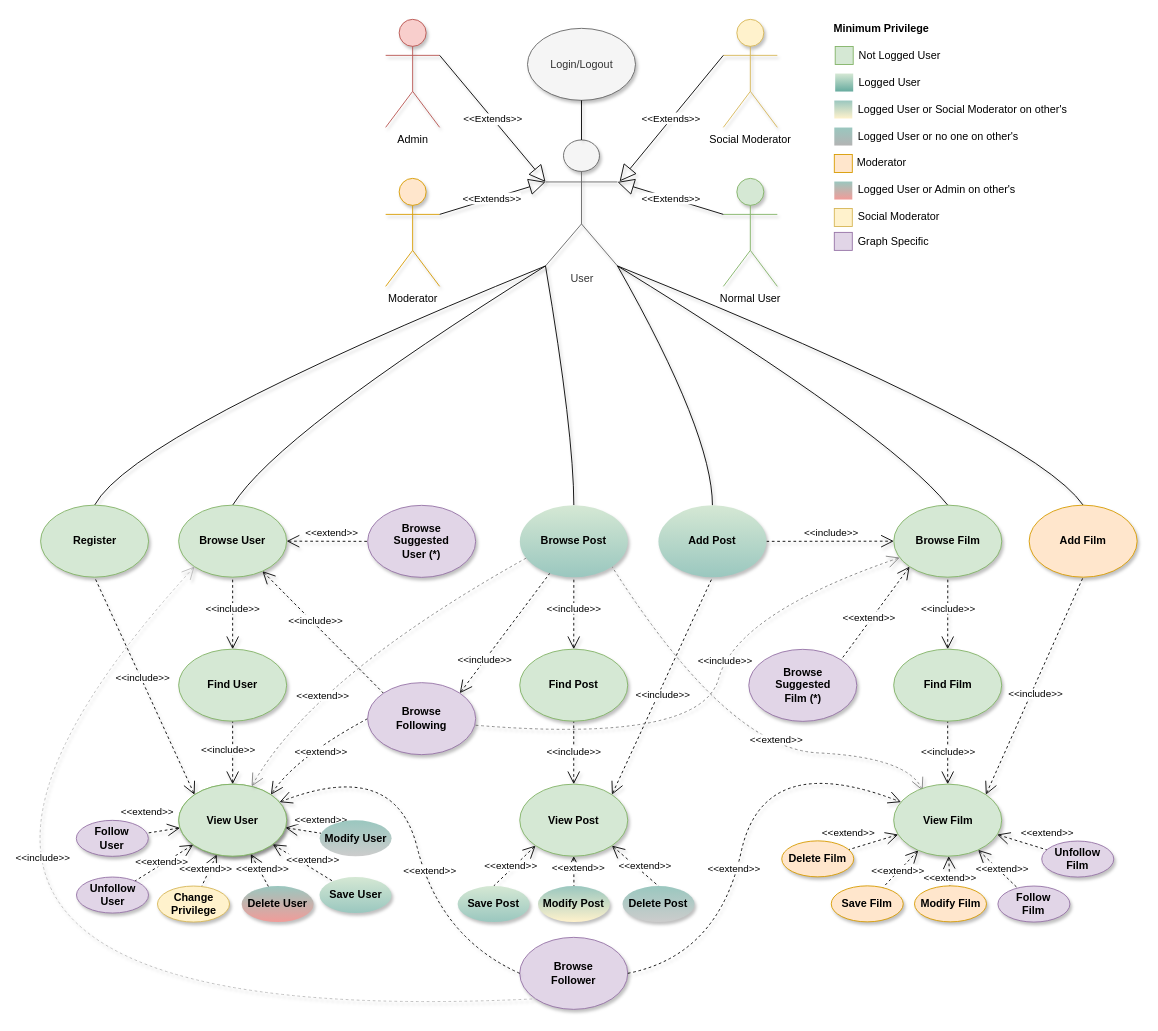
The draw.io diagram Task3/Documentation/Diagrams/Use Case.drawio in unipi-fr/LargeScaleMultiStructureDatabases, before the edit. Source tidied: cells renumbered, new cells numbered last; positions are measured from the earlier drawing's top-left corner, leaving out a move shared by most shapes. Both pictures are drawn from the tidied source at 90%, with x=0, y=0 at pixel (-236, 19).
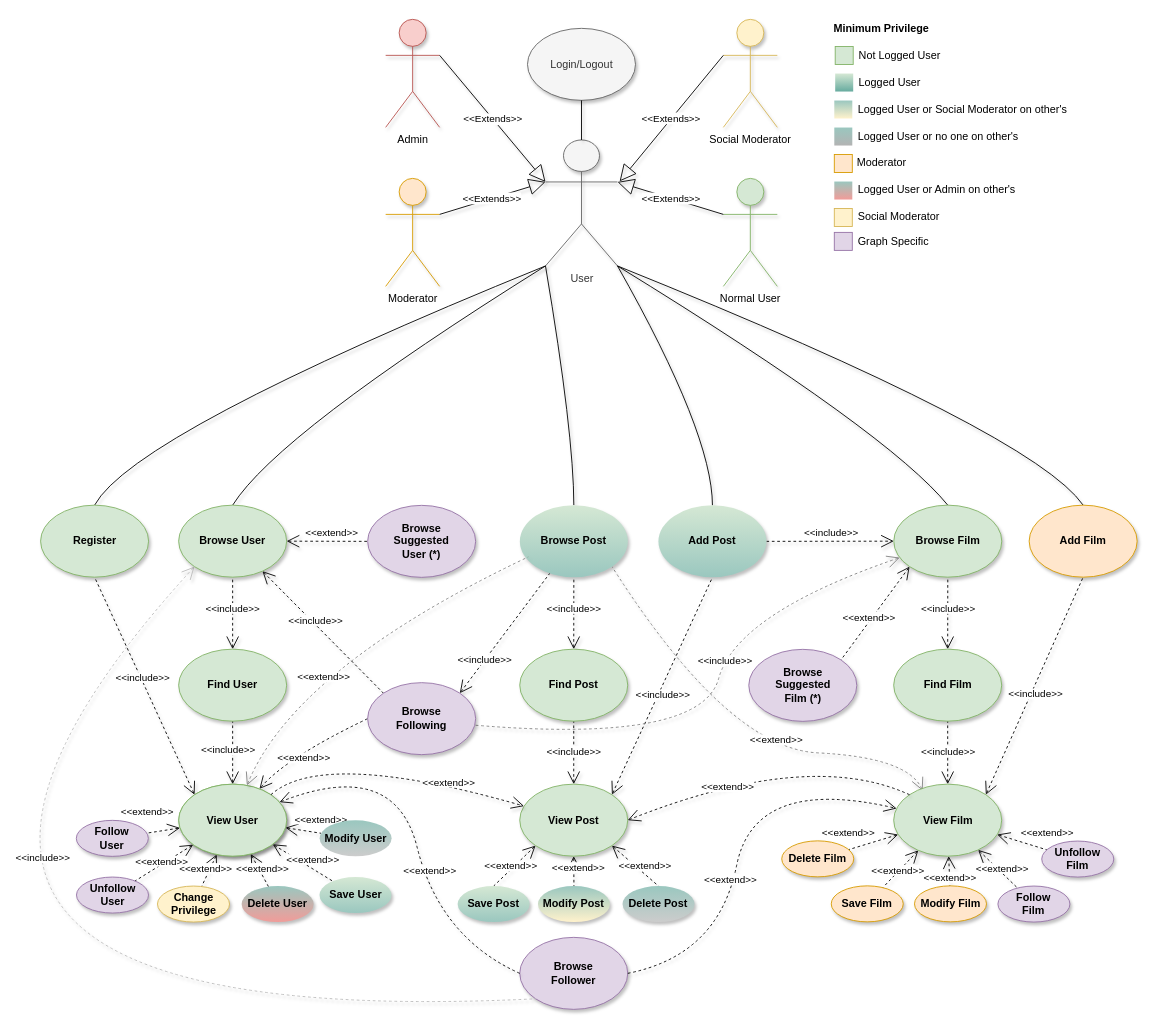
After the change.

Commit message (it also covers changes not shown here):
Descrizione suggeriti e use case aggiornato

Unchanged cells that the change refers to:
```xml
<mxCell id="63" value="Browse&lt;br&gt;Follower" style="ellipse;whiteSpace=wrap;html=1;fontStyle=1;fillColor=#e1d5e7;strokeColor=#9673a6;shadow=1;" parent="1" vertex="1">
  <mxGeometry x="839" y="1020" width="120" height="80" as="geometry" />
</mxCell>
<mxCell id="74" value="View Film" style="ellipse;whiteSpace=wrap;html=1;fontStyle=1;fillColor=#d5e8d4;strokeColor=#82b366;shadow=1;" parent="1" vertex="1">
  <mxGeometry x="1254.5" y="849.8" width="120" height="80" as="geometry" />
</mxCell>
<mxCell id="79" value="View User" style="ellipse;whiteSpace=wrap;html=1;fontStyle=1;fillColor=#d5e8d4;strokeColor=#82b366;shadow=1;" parent="1" vertex="1">
  <mxGeometry x="460.1" y="849.8" width="120" height="80" as="geometry" />
</mxCell>
<mxCell id="80" value="View Post" style="ellipse;whiteSpace=wrap;html=1;fontStyle=1;fillColor=#d5e8d4;strokeColor=#82b366;shadow=1;" parent="1" vertex="1">
  <mxGeometry x="839" y="849.8" width="120" height="80" as="geometry" />
</mxCell>
<mxCell id="82" value="Browse Post" style="ellipse;whiteSpace=wrap;html=1;fontStyle=1;fillColor=#d5e8d4;strokeColor=none;shadow=1;gradientColor=#9AC7BF;" parent="1" vertex="1">
  <mxGeometry x="839.1" y="539.8" width="120" height="80" as="geometry" />
</mxCell>
<mxCell id="86" value="Browse&lt;br&gt;Following" style="ellipse;whiteSpace=wrap;html=1;fontStyle=1;fillColor=#e1d5e7;strokeColor=#9673a6;shadow=1;" parent="1" vertex="1">
  <mxGeometry x="670" y="737" width="120" height="80" as="geometry" />
</mxCell>
```

Change to the diagram source:
```diff
@@
-    <mxCell id="64" value="&lt;span style=&quot;background-color: rgb(255 , 255 , 255)&quot;&gt;&amp;lt;&amp;lt;extend&amp;gt;&amp;gt;&lt;/span&gt;" style="edgeStyle=none;html=1;startArrow=none;endArrow=open;startSize=12;verticalAlign=bottom;dashed=1;labelBackgroundColor=none;entryX=1;entryY=0;entryDx=0;entryDy=0;shadow=1;exitX=0;exitY=0.5;exitDx=0;exitDy=0;curved=1;startFill=0;endFill=0;endSize=12;" parent="1" edge="1" source="86" target="79">
+    <mxCell id="64" value="&lt;span style=&quot;background-color: rgb(255 , 255 , 255)&quot;&gt;&amp;lt;&amp;lt;extend&amp;gt;&amp;gt;&lt;/span&gt;" style="edgeStyle=none;html=1;startArrow=none;endArrow=open;startSize=12;verticalAlign=bottom;dashed=1;labelBackgroundColor=none;shadow=1;exitX=0;exitY=0.5;exitDx=0;exitDy=0;curved=1;startFill=0;endFill=0;endSize=12;" parent="1" edge="1" source="86" target="79">
       <mxGeometry x="0.35" y="30" relative="1" as="geometry">
         <Array as="points">
-          <mxPoint x="590" y="820" />
+          <mxPoint x="580" y="820" />
         </Array>
         <mxPoint x="5" y="-17" as="offset" />
       </mxGeometry>
     </mxCell>
@@
     <mxCell id="66" value="&lt;span style=&quot;background-color: rgb(255 , 255 , 255)&quot;&gt;&amp;lt;&amp;lt;extend&amp;gt;&amp;gt;&lt;/span&gt;" style="edgeStyle=none;html=1;startArrow=none;endArrow=open;startSize=12;verticalAlign=bottom;dashed=1;labelBackgroundColor=none;shadow=1;exitX=1;exitY=0.5;exitDx=0;exitDy=0;curved=1;startFill=0;endFill=0;endSize=12;" parent="1" edge="1" source="63" target="74">
       <mxGeometry x="-0.24" y="2" relative="1" as="geometry">
         <Array as="points">
           <mxPoint x="1060" y="1040" />
-          <mxPoint x="1110" y="810" />
+          <mxPoint x="1100" y="840" />
         </Array>
         <mxPoint y="-1" as="offset" />
       </mxGeometry>
     </mxCell>
@@
     <mxCell id="101" value="&lt;span style=&quot;background-color: rgb(255 , 255 , 255)&quot;&gt;&amp;lt;&amp;lt;extend&amp;gt;&amp;gt;&lt;/span&gt;" style="edgeStyle=none;html=1;startArrow=open;endArrow=none;startSize=12;verticalAlign=bottom;dashed=1;labelBackgroundColor=none;shadow=1;curved=1;strokeColor=#828282;entryX=0.078;entryY=0.719;entryDx=0;entryDy=0;entryPerimeter=0;" parent="1" edge="1" source="79" target="82">
-      <mxGeometry x="-0.43" y="-23" relative="1" as="geometry">
+      <mxGeometry x="-0.25" y="-31" relative="1" as="geometry">
         <Array as="points">
-          <mxPoint x="610" y="730" />
+          <mxPoint x="590" y="720" />
         </Array>
-        <mxPoint x="1" as="offset" />
       </mxGeometry>
     </mxCell>
+    <mxCell id="102" value="&lt;span style=&quot;background-color: rgb(255 , 255 , 255)&quot;&gt;&amp;lt;&amp;lt;extend&amp;gt;&amp;gt;&lt;/span&gt;" style="edgeStyle=none;html=1;startArrow=none;endArrow=open;startSize=12;verticalAlign=bottom;dashed=1;labelBackgroundColor=none;shadow=1;jumpStyle=none;curved=1;exitX=1;exitY=0;exitDx=0;exitDy=0;startFill=0;endFill=0;endSize=12;" parent="1" edge="1" source="79" target="80">
+      <mxGeometry x="0.45" y="-7" relative="1" as="geometry">
+        <Array as="points">
+          <mxPoint x="620" y="810" />
+        </Array>
+      </mxGeometry>
+    </mxCell>
+    <mxCell id="103" value="&lt;span style=&quot;background-color: rgb(255 , 255 , 255)&quot;&gt;&amp;lt;&amp;lt;extend&amp;gt;&amp;gt;&lt;/span&gt;" style="edgeStyle=none;html=1;startArrow=none;endArrow=open;startSize=12;verticalAlign=bottom;dashed=1;labelBackgroundColor=none;shadow=1;jumpStyle=none;curved=1;exitX=0;exitY=0;exitDx=0;exitDy=0;startFill=0;endFill=0;endSize=12;entryX=1;entryY=0.5;entryDx=0;entryDy=0;" parent="1" edge="1" source="74" target="80">
+      <mxGeometry x="0.33" y="15" relative="1" as="geometry">
+        <Array as="points">
+          <mxPoint x="1160" y="810" />
+        </Array>
+      </mxGeometry>
+    </mxCell>
```
